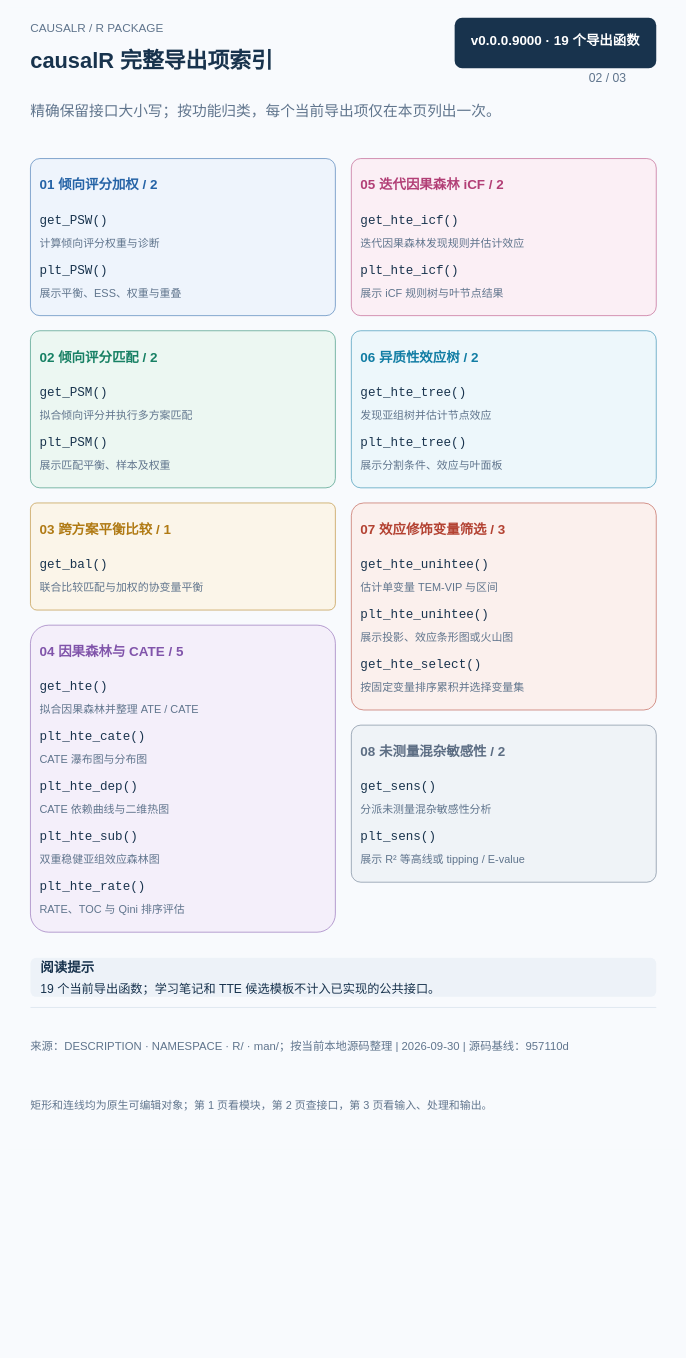
HUI950319/Rnotes keeps this draw.io diagram as page "02 完整导出项索引" (2 of 3) of docs/assets/module-maps/causalr/causalr-package-mindmap.drawio. Above is the earlier version. Source tidied: cells renumbered, new cells numbered last; positions are measured from the earlier drawing's top-left corner, leaving out a move shared by most shapes. Both pictures are drawn from the tidied source at 42%, with x=0, y=0 at pixel (7, 7).
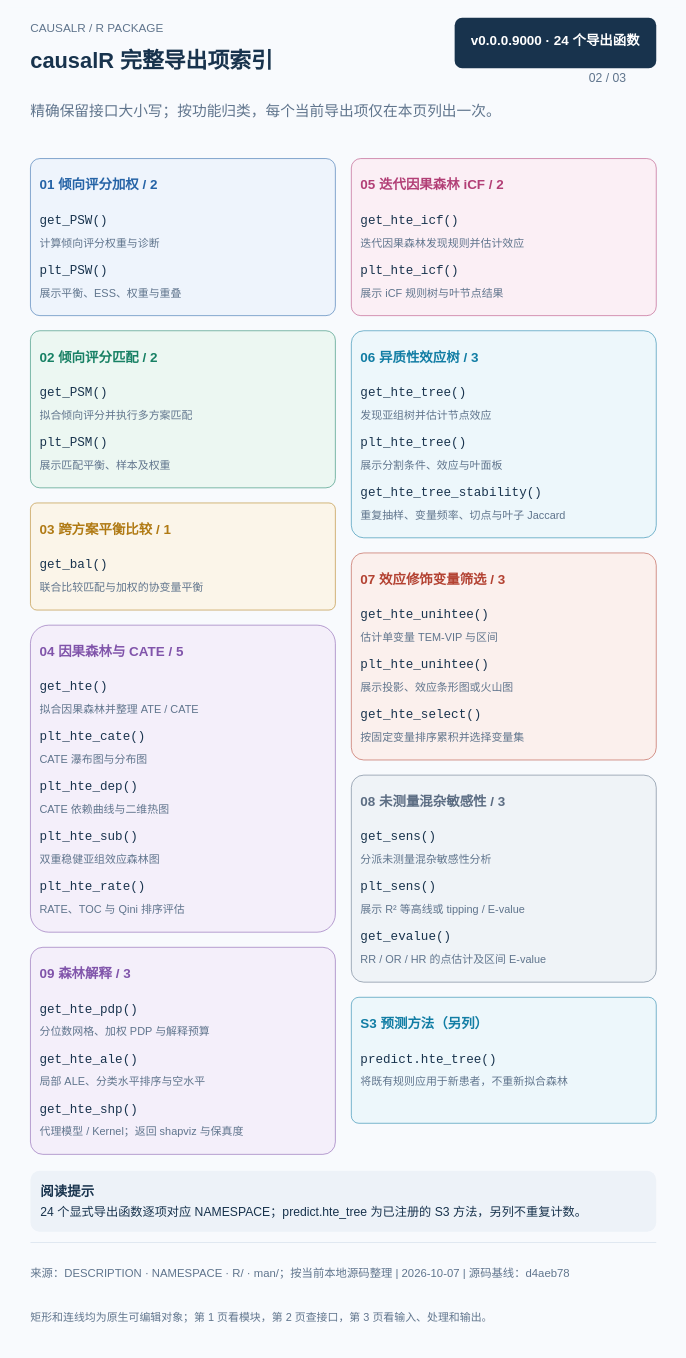
The same diagram, later.

The edit, as a diff of the source:
```diff
@@
     <mxCell id="2" style="whiteSpace=wrap;html=1;fontFamily=Microsoft YaHei;overflow=hidden;fillColor=#F8FAFD;strokeColor=none;" parent="1" vertex="1">
-      <mxGeometry width="1600" height="2720" as="geometry" />
+      <mxGeometry width="1600" height="3200" as="geometry" />
     </mxCell>
@@
-    <mxCell id="6" value="&lt;div style=&quot;overflow-wrap:anywhere;font-family:Microsoft YaHei,Arial;line-height:1.35;color:#FFFFFF&quot;&gt;&lt;div style=&quot;font-size:32px;font-weight:700;margin-bottom:10px&quot;&gt;v0.0.0.9000 · 19 个导出函数&lt;/div&gt;&lt;/div&gt;" style="whiteSpace=wrap;html=1;fontFamily=Microsoft YaHei;overflow=hidden;rounded=1;arcSize=15;fillColor=#18334D;strokeColor=none;fontColor=#FFFFFF;align=center;" parent="1" vertex="1">
+    <mxCell id="6" value="&lt;div style=&quot;overflow-wrap:anywhere;font-family:Microsoft YaHei,Arial;line-height:1.35;color:#FFFFFF&quot;&gt;&lt;div style=&quot;font-size:32px;font-weight:700;margin-bottom:10px&quot;&gt;v0.0.0.9000 · 24 个导出函数&lt;/div&gt;&lt;/div&gt;" style="whiteSpace=wrap;html=1;fontFamily=Microsoft YaHei;overflow=hidden;rounded=1;arcSize=15;fillColor=#18334D;strokeColor=none;fontColor=#FFFFFF;align=center;" parent="1" vertex="1">
       <mxGeometry x="1065" y="25" width="480" height="120" as="geometry" />
     </mxCell>
@@
     <mxCell id="8" style="whiteSpace=wrap;html=1;fontFamily=Microsoft YaHei;overflow=hidden;fillColor=#DCE5EF;strokeColor=none;" parent="1" vertex="1">
-      <mxGeometry x="55" y="2380" width="1490" height="2" as="geometry" />
+      <mxGeometry x="55" y="2940" width="1490" height="2" as="geometry" />
     </mxCell>
-    <mxCell id="9" value="来源：DESCRIPTION · NAMESPACE · R/ · man/；按当前本地源码整理 | 2026-09-30 | 源码基线：957110d" style="whiteSpace=wrap;html=1;fontFamily=Microsoft YaHei;overflow=hidden;text;fillColor=none;strokeColor=none;align=left;verticalAlign=middle;fontSize=27;fontColor=#60758D;fontStyle=0;spacing=0;" parent="1" vertex="1">
-      <mxGeometry x="55" y="2406" width="1490" height="138" as="geometry" />
+    <mxCell id="9" value="来源：DESCRIPTION · NAMESPACE · R/ · man/；按当前本地源码整理 | 2026-10-07 | 源码基线：d4aeb78" style="whiteSpace=wrap;html=1;fontFamily=Microsoft YaHei;overflow=hidden;text;fillColor=none;strokeColor=none;align=left;verticalAlign=middle;fontSize=27;fontColor=#60758D;fontStyle=0;spacing=0;" parent="1" vertex="1">
+      <mxGeometry x="55" y="2966" width="1490" height="95" as="geometry" />
     </mxCell>
     <mxCell id="10" value="矩形和连线均为原生可编辑对象；第 1 页看模块，第 2 页查接口，第 3 页看输入、处理和输出。" style="whiteSpace=wrap;html=1;fontFamily=Microsoft YaHei;overflow=hidden;text;fillColor=none;strokeColor=none;align=left;verticalAlign=middle;fontSize=26;fontColor=#60758D;fontStyle=0;spacing=0;" parent="1" vertex="1">
-      <mxGeometry x="55" y="2568" width="1490" height="93" as="geometry" />
+      <mxGeometry x="55" y="3085" width="1490" height="70" as="geometry" />
     </mxCell>
@@
     <mxCell id="45" style="whiteSpace=wrap;html=1;fontFamily=Microsoft YaHei;overflow=hidden;rounded=1;arcSize=6;fillColor=#EDF7FB;strokeColor=#117DA4;strokeWidth=1.3;" parent="1" vertex="1">
-      <mxGeometry x="819" y="770" width="726" height="374" as="geometry" />
+      <mxGeometry x="819" y="770" width="726" height="493" as="geometry" />
     </mxCell>
-    <mxCell id="46" value="&lt;div style=&quot;line-height:1.3;overflow-wrap:anywhere&quot;&gt;06 异质性效应树 / 2&lt;/div&gt;" style="whiteSpace=wrap;html=1;fontFamily=Microsoft YaHei;overflow=hidden;text;fillColor=none;strokeColor=none;align=left;verticalAlign=middle;fontColor=#117DA4;fontStyle=1;spacing=0;fontSize=32;" parent="45" vertex="1">
+    <mxCell id="46" value="&lt;div style=&quot;line-height:1.3;overflow-wrap:anywhere&quot;&gt;06 异质性效应树 / 3&lt;/div&gt;" style="whiteSpace=wrap;html=1;fontFamily=Microsoft YaHei;overflow=hidden;text;fillColor=none;strokeColor=none;align=left;verticalAlign=middle;fontColor=#117DA4;fontStyle=1;spacing=0;fontSize=32;" parent="45" vertex="1">
       <mxGeometry x="22" y="22" width="682" height="82" as="geometry" />
     </mxCell>
@@
     <mxCell id="51" style="whiteSpace=wrap;html=1;fontFamily=Microsoft YaHei;overflow=hidden;rounded=1;arcSize=6;fillColor=#FBF0ED;strokeColor=#B34232;strokeWidth=1.3;" parent="1" vertex="1">
-      <mxGeometry x="819" y="1180" width="726" height="493" as="geometry" />
+      <mxGeometry x="819" y="1299" width="726" height="493" as="geometry" />
     </mxCell>
@@
     <mxCell id="59" style="whiteSpace=wrap;html=1;fontFamily=Microsoft YaHei;overflow=hidden;rounded=1;arcSize=6;fillColor=#EFF3F7;strokeColor=#5C6D83;strokeWidth=1.3;" parent="1" vertex="1">
-      <mxGeometry x="819" y="1709" width="726" height="374" as="geometry" />
+      <mxGeometry x="819" y="1828" width="726" height="493" as="geometry" />
     </mxCell>
-    <mxCell id="60" value="&lt;div style=&quot;line-height:1.3;overflow-wrap:anywhere&quot;&gt;08 未测量混杂敏感性 / 2&lt;/div&gt;" style="whiteSpace=wrap;html=1;fontFamily=Microsoft YaHei;overflow=hidden;text;fillColor=none;strokeColor=none;align=left;verticalAlign=middle;fontColor=#5C6D83;fontStyle=1;spacing=0;fontSize=32;" parent="59" vertex="1">
+    <mxCell id="60" value="&lt;div style=&quot;line-height:1.3;overflow-wrap:anywhere&quot;&gt;08 未测量混杂敏感性 / 3&lt;/div&gt;" style="whiteSpace=wrap;html=1;fontFamily=Microsoft YaHei;overflow=hidden;text;fillColor=none;strokeColor=none;align=left;verticalAlign=middle;fontColor=#5C6D83;fontStyle=1;spacing=0;fontSize=32;" parent="59" vertex="1">
       <mxGeometry x="22" y="22" width="682" height="82" as="geometry" />
     </mxCell>
@@
-    <mxCell id="65" value="&lt;div style=&quot;overflow-wrap:anywhere;font-family:Microsoft YaHei,Arial;line-height:1.35;color:#18334D&quot;&gt;&lt;div style=&quot;font-size:32px;font-weight:700;margin-bottom:10px&quot;&gt;阅读提示&lt;/div&gt;&lt;div style=&quot;font-family:Microsoft YaHei,Arial;font-size:29px;margin-top:5px&quot;&gt;19 个当前导出函数；学习笔记和 TTE 候选模板不计入已实现的公共接口。&lt;/div&gt;&lt;/div&gt;" style="whiteSpace=wrap;html=1;fontFamily=Microsoft YaHei;overflow=hidden;rounded=1;fillColor=#EDF2F8;strokeColor=none;align=left;spacingLeft=22;spacingRight=20;" parent="1" vertex="1">
-      <mxGeometry x="55" y="2263" width="1490" height="93" as="geometry" />
+    <mxCell id="65" value="&lt;div style=&quot;overflow-wrap:anywhere;font-family:Microsoft YaHei,Arial;line-height:1.3;color:#18334D&quot;&gt;&lt;div style=&quot;font-size:32px;font-weight:700;margin-bottom:10px&quot;&gt;阅读提示&lt;/div&gt;&lt;div style=&quot;font-size:29px;margin-top:5px&quot;&gt;24 个显式导出函数逐项对应 NAMESPACE；predict.hte_tree 为已注册的 S3 方法，另列不重复计数。&lt;/div&gt;&lt;/div&gt;" style="whiteSpace=wrap;html=1;fontFamily=Microsoft YaHei;overflow=hidden;rounded=1;fillColor=#EDF2F8;strokeColor=none;align=left;spacingLeft=22;spacingRight=20;" parent="1" vertex="1">
+      <mxGeometry x="55" y="2770" width="1490" height="145" as="geometry" />
     </mxCell>
+    <mxCell id="66" value="&lt;div style=&quot;line-height:1.3;overflow-wrap:anywhere&quot;&gt;get_hte_tree_stability()&lt;/div&gt;" style="whiteSpace=wrap;html=1;fontFamily=Microsoft YaHei;overflow=hidden;text;fillColor=none;strokeColor=none;align=left;fontFamily=Consolas;fontColor=#18334D;spacing=0;fontSize=30;" parent="45" vertex="1">
+      <mxGeometry x="22" y="362" width="682" height="50" as="geometry" />
+    </mxCell>
+    <mxCell id="67" value="&lt;div style=&quot;line-height:1.3;overflow-wrap:anywhere&quot;&gt;重复抽样、变量频率、切点与叶子 Jaccard&lt;/div&gt;" style="whiteSpace=wrap;html=1;fontFamily=Microsoft YaHei;overflow=hidden;text;fillColor=none;strokeColor=none;align=left;verticalAlign=middle;fontColor=#60758D;fontStyle=0;spacing=0;fontSize=26;" parent="45" vertex="1">
+      <mxGeometry x="22" y="416" width="682" height="45" as="geometry" />
+    </mxCell>
+    <mxCell id="68" value="&lt;div style=&quot;line-height:1.3;overflow-wrap:anywhere&quot;&gt;get_evalue()&lt;/div&gt;" style="whiteSpace=wrap;html=1;fontFamily=Microsoft YaHei;overflow=hidden;text;fillColor=none;strokeColor=none;align=left;fontFamily=Consolas;fontColor=#18334D;spacing=0;fontSize=30;" parent="59" vertex="1">
+      <mxGeometry x="22" y="362" width="682" height="50" as="geometry" />
+    </mxCell>
+    <mxCell id="69" value="&lt;div style=&quot;line-height:1.3;overflow-wrap:anywhere&quot;&gt;RR / OR / HR 的点估计及区间 E-value&lt;/div&gt;" style="whiteSpace=wrap;html=1;fontFamily=Microsoft YaHei;overflow=hidden;text;fillColor=none;strokeColor=none;align=left;verticalAlign=middle;fontColor=#60758D;fontStyle=0;spacing=0;fontSize=26;" parent="59" vertex="1">
+      <mxGeometry x="22" y="416" width="682" height="45" as="geometry" />
+    </mxCell>
+    <mxCell id="70" style="whiteSpace=wrap;html=1;fontFamily=Microsoft YaHei;overflow=hidden;rounded=1;arcSize=6;fillColor=#F4EFFA;strokeColor=#8054AA;strokeWidth=1.3;" parent="1" vertex="1">
+      <mxGeometry x="55" y="2238" width="726" height="493" as="geometry" />
+    </mxCell>
+    <mxCell id="71" value="&lt;div style=&quot;line-height:1.3;overflow-wrap:anywhere&quot;&gt;09 森林解释 / 3&lt;/div&gt;" style="whiteSpace=wrap;html=1;fontFamily=Microsoft YaHei;overflow=hidden;text;fillColor=none;strokeColor=none;align=left;verticalAlign=middle;fontColor=#8054AA;fontStyle=1;spacing=0;fontSize=32;" parent="70" vertex="1">
+      <mxGeometry x="22" y="22" width="682" height="82" as="geometry" />
+    </mxCell>
+    <mxCell id="72" value="&lt;div style=&quot;line-height:1.3;overflow-wrap:anywhere&quot;&gt;get_hte_pdp()&lt;/div&gt;" style="whiteSpace=wrap;html=1;fontFamily=Microsoft YaHei;overflow=hidden;text;fillColor=none;strokeColor=none;align=left;fontFamily=Consolas;fontColor=#18334D;spacing=0;fontSize=30;" parent="70" vertex="1">
+      <mxGeometry x="22" y="124" width="682" height="50" as="geometry" />
+    </mxCell>
+    <mxCell id="73" value="&lt;div style=&quot;line-height:1.3;overflow-wrap:anywhere&quot;&gt;分位数网格、加权 PDP 与解释预算&lt;/div&gt;" style="whiteSpace=wrap;html=1;fontFamily=Microsoft YaHei;overflow=hidden;text;fillColor=none;strokeColor=none;align=left;verticalAlign=middle;fontColor=#60758D;fontStyle=0;spacing=0;fontSize=26;" parent="70" vertex="1">
+      <mxGeometry x="22" y="178" width="682" height="45" as="geometry" />
+    </mxCell>
+    <mxCell id="74" value="&lt;div style=&quot;line-height:1.3;overflow-wrap:anywhere&quot;&gt;get_hte_ale()&lt;/div&gt;" style="whiteSpace=wrap;html=1;fontFamily=Microsoft YaHei;overflow=hidden;text;fillColor=none;strokeColor=none;align=left;fontFamily=Consolas;fontColor=#18334D;spacing=0;fontSize=30;" parent="70" vertex="1">
+      <mxGeometry x="22" y="243" width="682" height="50" as="geometry" />
+    </mxCell>
+    <mxCell id="75" value="&lt;div style=&quot;line-height:1.3;overflow-wrap:anywhere&quot;&gt;局部 ALE、分类水平排序与空水平&lt;/div&gt;" style="whiteSpace=wrap;html=1;fontFamily=Microsoft YaHei;overflow=hidden;text;fillColor=none;strokeColor=none;align=left;verticalAlign=middle;fontColor=#60758D;fontStyle=0;spacing=0;fontSize=26;" parent="70" vertex="1">
+      <mxGeometry x="22" y="297" width="682" height="45" as="geometry" />
+    </mxCell>
+    <mxCell id="76" value="&lt;div style=&quot;line-height:1.3;overflow-wrap:anywhere&quot;&gt;get_hte_shp()&lt;/div&gt;" style="whiteSpace=wrap;html=1;fontFamily=Microsoft YaHei;overflow=hidden;text;fillColor=none;strokeColor=none;align=left;fontFamily=Consolas;fontColor=#18334D;spacing=0;fontSize=30;" parent="70" vertex="1">
+      <mxGeometry x="22" y="362" width="682" height="50" as="geometry" />
+    </mxCell>
+    <mxCell id="77" value="&lt;div style=&quot;line-height:1.3;overflow-wrap:anywhere&quot;&gt;代理模型 / Kernel；返回 shapviz 与保真度&lt;/div&gt;" style="whiteSpace=wrap;html=1;fontFamily=Microsoft YaHei;overflow=hidden;text;fillColor=none;strokeColor=none;align=left;verticalAlign=middle;fontColor=#60758D;fontStyle=0;spacing=0;fontSize=26;" parent="70" vertex="1">
+      <mxGeometry x="22" y="416" width="682" height="45" as="geometry" />
+    </mxCell>
+    <mxCell id="78" style="whiteSpace=wrap;html=1;fontFamily=Microsoft YaHei;overflow=hidden;rounded=1;arcSize=6;fillColor=#EDF7FB;strokeColor=#117DA4;strokeWidth=1.3;" parent="1" vertex="1">
+      <mxGeometry x="819" y="2357" width="726" height="300" as="geometry" />
+    </mxCell>
+    <mxCell id="79" value="&lt;div style=&quot;line-height:1.3;overflow-wrap:anywhere&quot;&gt;S3 预测方法（另列）&lt;/div&gt;" style="whiteSpace=wrap;html=1;fontFamily=Microsoft YaHei;overflow=hidden;text;fillColor=none;strokeColor=none;align=left;verticalAlign=middle;fontColor=#117DA4;fontStyle=1;spacing=0;fontSize=32;" parent="78" vertex="1">
+      <mxGeometry x="22" y="22" width="682" height="82" as="geometry" />
+    </mxCell>
+    <mxCell id="80" value="&lt;div style=&quot;line-height:1.3;overflow-wrap:anywhere&quot;&gt;predict.hte_tree()&lt;/div&gt;" style="whiteSpace=wrap;html=1;fontFamily=Microsoft YaHei;overflow=hidden;text;fillColor=none;strokeColor=none;align=left;fontFamily=Consolas;fontColor=#18334D;spacing=0;fontSize=30;" parent="78" vertex="1">
+      <mxGeometry x="22" y="124" width="682" height="50" as="geometry" />
+    </mxCell>
+    <mxCell id="81" value="&lt;div style=&quot;line-height:1.3;overflow-wrap:anywhere&quot;&gt;将既有规则应用于新患者，不重新拟合森林&lt;/div&gt;" style="whiteSpace=wrap;html=1;fontFamily=Microsoft YaHei;overflow=hidden;text;fillColor=none;strokeColor=none;align=left;verticalAlign=middle;fontColor=#60758D;fontStyle=0;spacing=0;fontSize=26;" parent="78" vertex="1">
+      <mxGeometry x="22" y="178" width="682" height="45" as="geometry" />
+    </mxCell>
```
